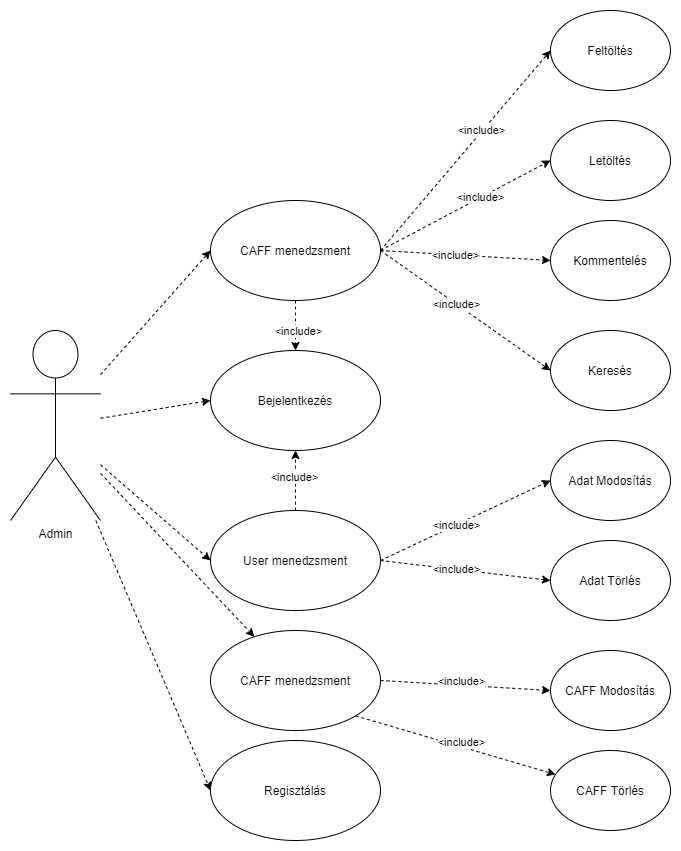
zuper1998/SzamBiztHF keeps this draw.io diagram as plans/UseCaseAdmin.drawio.png. Above is the earlier version. Source tidied: cells renumbered, new cells last; positions are measured from the earlier drawing's top-left corner, leaving out a move shared by most shapes.
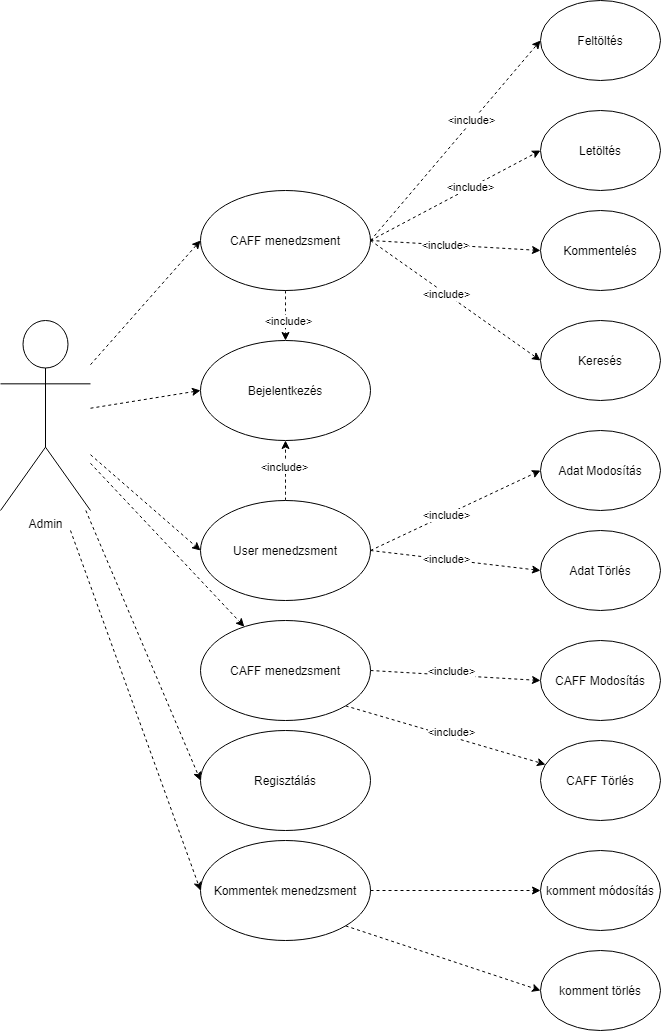
After the commit.

Diff of the diagram source:
```diff
@@ -128,5 +128,25 @@
         <mxPoint x="-5" y="102" as="offset" />
       </mxGeometry>
     </mxCell>
+    <mxCell id="42" value="Kommentek menedzsment" style="ellipse;whiteSpace=wrap;html=1;" parent="1" vertex="1">
+      <mxGeometry x="200" y="840" width="170" height="100" as="geometry" />
+    </mxCell>
+    <mxCell id="43" style="rounded=0;jettySize=auto;html=1;entryX=0;entryY=0.5;entryDx=0;entryDy=0;dashed=1;startArrow=none;startFill=0;" parent="1" edge="1" target="42">
+      <mxGeometry relative="1" as="geometry">
+        <mxPoint x="70" y="530" as="sourcePoint" />
+      </mxGeometry>
+    </mxCell>
+    <mxCell id="44" value="komment módosítás" style="ellipse;whiteSpace=wrap;html=1;" parent="1" vertex="1">
+      <mxGeometry x="540" y="850" width="120" height="80" as="geometry" />
+    </mxCell>
+    <mxCell id="45" value="komment törlés" style="ellipse;whiteSpace=wrap;html=1;" parent="1" vertex="1">
+      <mxGeometry x="540" y="950" width="120" height="80" as="geometry" />
+    </mxCell>
+    <mxCell id="46" style="edgeStyle=none;rounded=0;jettySize=auto;html=1;exitX=1;exitY=0.5;exitDx=0;exitDy=0;dashed=1;entryX=0;entryY=0.5;entryDx=0;entryDy=0;" parent="1" edge="1" source="42" target="44">
+      <mxGeometry relative="1" as="geometry" />
+    </mxCell>
+    <mxCell id="47" style="edgeStyle=none;rounded=0;jettySize=auto;html=1;exitX=1;exitY=1;exitDx=0;exitDy=0;dashed=1;entryX=0;entryY=0.5;entryDx=0;entryDy=0;" parent="1" edge="1" source="42" target="45">
+      <mxGeometry relative="1" as="geometry" />
+    </mxCell>
   </root>
 </mxGraphModel>
```
